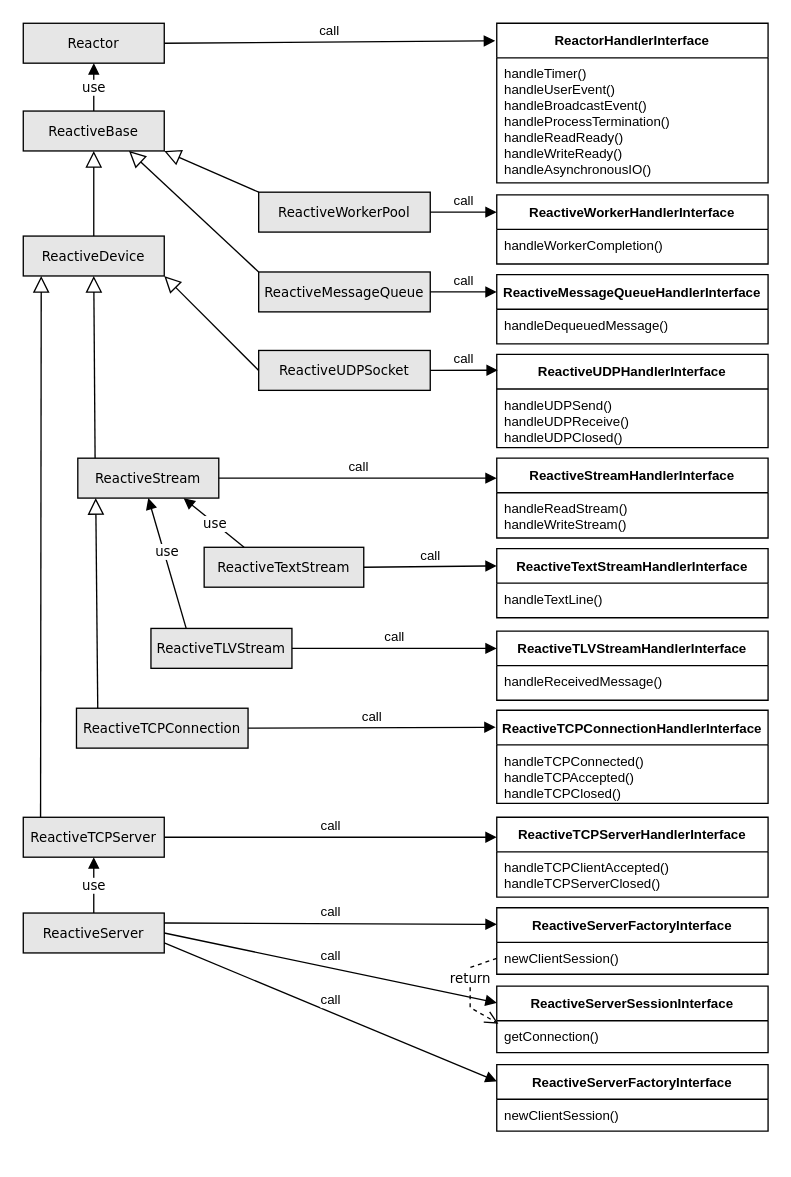
This is diagrams/reactive-interfaces.drawio from tsduck/tsduck-presentations, a draw.io file, before an edit. Source tidied: cells renumbered, new cells numbered last; positions are measured from the earlier drawing's top-left corner, leaving out a move shared by most shapes. Both pictures are drawn from the tidied source at 133%, with x=0, y=0 at pixel (23, 23).
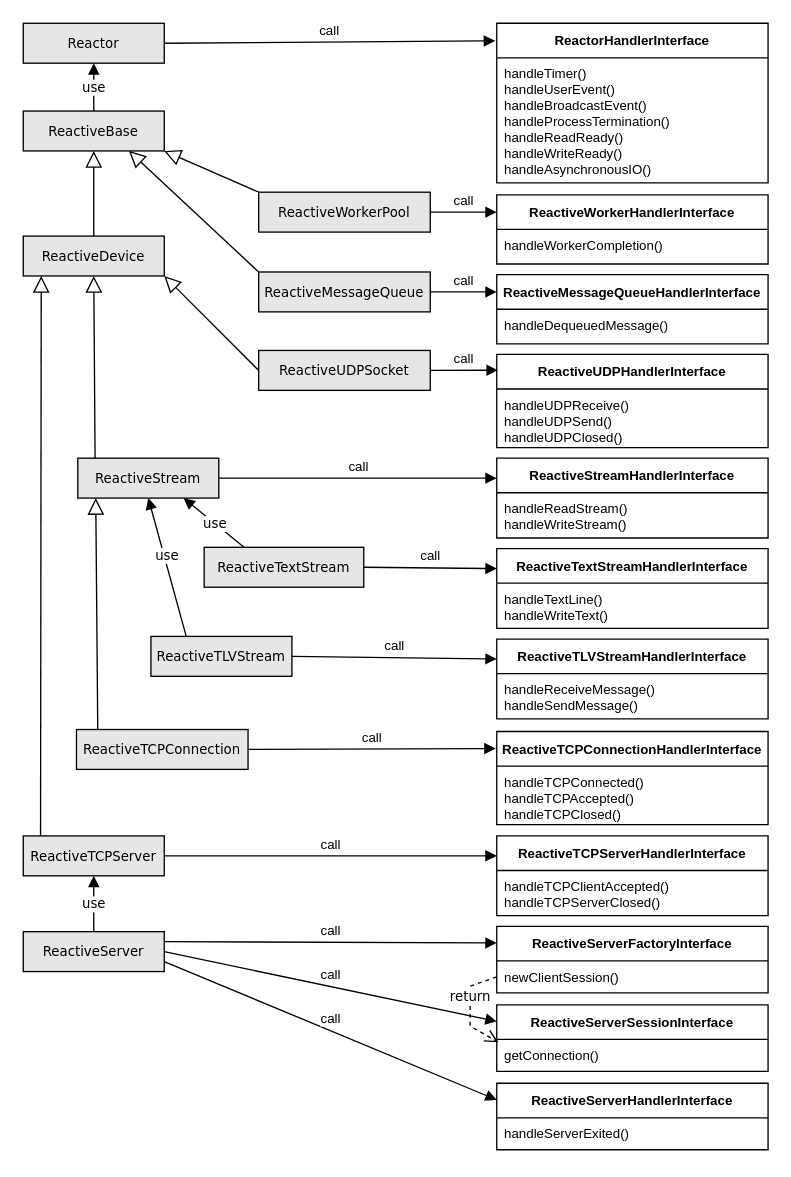
After the change.

Commit message (it also covers changes not shown here):
Updated reactive interfaces diagram

The change refers to these unchanged cells:
```xml
<mxCell id="41" value="&lt;b&gt;ReactiveUDPHandlerInterface&lt;/b&gt;" style="swimlane;fontStyle=0;horizontal=1;startSize=26;fillColor=none;whiteSpace=wrap;html=1;fontSize=10;" parent="1" vertex="1">
  <mxGeometry x="356" y="249" width="204" height="70" as="geometry" />
</mxCell>
<mxCell id="53" value="newClientSession()" style="text;strokeColor=none;fillColor=none;align=left;verticalAlign=top;spacingLeft=4;spacingRight=4;overflow=hidden;points=[[0,0.5],[1,0.5]];portConstraint=eastwest;whiteSpace=wrap;html=1;fontSize=10;" parent="52" vertex="1">
  <mxGeometry y="26" width="204" height="24" as="geometry" />
</mxCell>
<mxCell id="55" value="getConnection()" style="text;strokeColor=none;fillColor=none;align=left;verticalAlign=top;spacingLeft=4;spacingRight=4;overflow=hidden;points=[[0,0.5],[1,0.5]];portConstraint=eastwest;whiteSpace=wrap;html=1;fontSize=10;" parent="54" vertex="1">
  <mxGeometry y="26" width="204" height="24" as="geometry" />
</mxCell>
```

Change to the diagram source:
```diff
@@
     <mxCell id="13" value="ReactiveTCPConnection" style="html=1;whiteSpace=wrap;points=[[0,0,0,0,0],[0,0.25,0,0,0],[0,0.5,0,0,0],[0,0.75,0,0,0],[0,1,0,0,0],[0.124031,0,0,0,0],[0.127273,1,0,0,0],[0.25,0,0,0,0],[0.25,1,0,0,0],[0.381818,1,0,0,0],[0.5,0,0,0,0],[0.5,1,0,0,0],[0.627273,1,0,0,0],[0.75,0,0,0,0],[0.75,1,0,0,0],[0.881818,1,0,0,0],[1,0,0,0,0],[1,0.25,0,0,0],[1,0.5,0,0,0],[1,0.75,0,0,0],[1,1,0,0,0]];fillColor=#E6E6E6;fontSize=10;fontFamily=Verdana;" parent="1" vertex="1">
-      <mxGeometry x="40" y="515" width="129" height="30" as="geometry" />
+      <mxGeometry x="40" y="531" width="129" height="30" as="geometry" />
     </mxCell>
@@
     <mxCell id="15" value="ReactiveTCPServer" style="html=1;whiteSpace=wrap;points=[[0,0,0,0,0],[0,0.25,0,0,0],[0,0.5,0,0,0],[0,0.75,0,0,0],[0,1,0,0,0],[0.122642,0,0,0,0],[0.127273,1,0,0,0],[0.25,0,0,0,0],[0.25,1,0,0,0],[0.381818,1,0,0,0],[0.5,0,0,0,0],[0.5,1,0,0,0],[0.627273,1,0,0,0],[0.75,0,0,0,0],[0.75,1,0,0,0],[0.881818,1,0,0,0],[1,0,0,0,0],[1,0.25,0,0,0],[1,0.5,0,0,0],[1,0.75,0,0,0],[1,1,0,0,0]];fillColor=#E6E6E6;fontSize=10;fontFamily=Verdana;" parent="1" vertex="1">
-      <mxGeometry y="597" width="106" height="30" as="geometry" />
+      <mxGeometry y="611" width="106" height="30" as="geometry" />
     </mxCell>
@@
     <mxCell id="19" value="ReactiveTLVStream" style="html=1;whiteSpace=wrap;points=[[0,0,0,0,0],[0,0.25,0,0,0],[0,0.5,0,0,0],[0,0.75,0,0,0],[0,1,0,0,0],[0.127273,1,0,0,0],[0.25,0,0,0,0],[0.25,1,0,0,0],[0.381818,1,0,0,0],[0.5,0,0,0,0],[0.5,1,0,0,0],[0.627273,1,0,0,0],[0.75,0,0,0,0],[0.75,1,0,0,0],[0.881481,0,0,0,0],[0.881818,1,0,0,0],[1,0,0,0,0],[1,0.25,0,0,0],[1,0.5,0,0,0],[1,0.75,0,0,0],[1,1,0,0,0]];fillColor=#E6E6E6;fontSize=10;fontFamily=Verdana;" parent="1" vertex="1">
-      <mxGeometry x="96" y="455" width="106" height="30" as="geometry" />
+      <mxGeometry x="96" y="461" width="106" height="30" as="geometry" />
     </mxCell>
@@
     <mxCell id="26" value="&lt;b&gt;ReactiveTCPConnectionHandlerInterface&lt;/b&gt;" style="swimlane;fontStyle=0;horizontal=1;startSize=26;fillColor=none;whiteSpace=wrap;html=1;fontSize=10;" parent="1" vertex="1">
-      <mxGeometry x="356" y="516.5" width="204" height="70" as="geometry" />
+      <mxGeometry x="356" y="532.5" width="204" height="70" as="geometry" />
     </mxCell>
@@
     <mxCell id="32" value="&lt;b&gt;ReactiveTCPServerHandlerInterface&lt;/b&gt;" style="swimlane;fontStyle=0;horizontal=1;startSize=26;fillColor=none;whiteSpace=wrap;html=1;fontSize=10;" parent="1" vertex="1">
-      <mxGeometry x="356" y="597" width="204" height="60" as="geometry" />
+      <mxGeometry x="356" y="611" width="204" height="60" as="geometry" />
     </mxCell>
@@
     <mxCell id="35" value="&lt;b&gt;ReactiveTextStreamHandlerInterface&lt;/b&gt;" style="swimlane;fontStyle=0;horizontal=1;startSize=26;fillColor=none;whiteSpace=wrap;html=1;fontSize=10;" parent="1" vertex="1">
-      <mxGeometry x="356" y="395" width="204" height="52" as="geometry" />
+      <mxGeometry x="356" y="395" width="204" height="60" as="geometry" />
     </mxCell>
-    <mxCell id="36" value="handleTextLine()" style="text;strokeColor=none;fillColor=none;align=left;verticalAlign=top;spacingLeft=4;spacingRight=4;overflow=hidden;whiteSpace=wrap;html=1;fontSize=10;" parent="35" vertex="1">
-      <mxGeometry y="26" width="204" height="26" as="geometry" />
+    <mxCell id="36" value="handleTextLine()&lt;div&gt;handleWriteText()&lt;/div&gt;" style="text;strokeColor=none;fillColor=none;align=left;verticalAlign=top;spacingLeft=4;spacingRight=4;overflow=hidden;whiteSpace=wrap;html=1;fontSize=10;" parent="35" vertex="1">
+      <mxGeometry y="26" width="204" height="34" as="geometry" />
     </mxCell>
@@
     <mxCell id="38" value="&lt;b&gt;ReactiveTLVStreamHandlerInterface&lt;/b&gt;" style="swimlane;fontStyle=0;horizontal=1;startSize=26;fillColor=none;whiteSpace=wrap;html=1;fontSize=10;" parent="1" vertex="1">
-      <mxGeometry x="356" y="457" width="204" height="52" as="geometry" />
+      <mxGeometry x="356" y="463" width="204" height="60" as="geometry" />
     </mxCell>
-    <mxCell id="39" value="handleReceivedMessage()" style="text;strokeColor=none;fillColor=none;align=left;verticalAlign=top;spacingLeft=4;spacingRight=4;overflow=hidden;whiteSpace=wrap;html=1;fontSize=10;" parent="38" vertex="1">
-      <mxGeometry y="26" width="204" height="26" as="geometry" />
+    <mxCell id="39" value="handleReceiveMessage()&lt;br&gt;handleSendMessage()" style="text;strokeColor=none;fillColor=none;align=left;verticalAlign=top;spacingLeft=4;spacingRight=4;overflow=hidden;whiteSpace=wrap;html=1;fontSize=10;" parent="38" vertex="1">
+      <mxGeometry y="26" width="204" height="34" as="geometry" />
     </mxCell>
@@
-    <mxCell id="42" value="handleUDPSend()&lt;div&gt;handleUDPReceive&lt;span style=&quot;background-color: transparent; color: light-dark(rgb(0, 0, 0), rgb(255, 255, 255));&quot;&gt;()&lt;/span&gt;&lt;/div&gt;&lt;div&gt;handleUDPClosed&lt;span style=&quot;background-color: transparent; color: light-dark(rgb(0, 0, 0), rgb(255, 255, 255));&quot;&gt;()&lt;/span&gt;&lt;/div&gt;" style="text;strokeColor=none;fillColor=none;align=left;verticalAlign=top;spacingLeft=4;spacingRight=4;overflow=hidden;whiteSpace=wrap;html=1;fontSize=10;" parent="41" vertex="1">
+    <mxCell id="42" value="&lt;div&gt;handleUDPReceive&lt;span style=&quot;background-color: transparent; color: light-dark(rgb(0, 0, 0), rgb(255, 255, 255));&quot;&gt;()&lt;/span&gt;&lt;/div&gt;handleUDPSend()&lt;div&gt;handleUDPClosed&lt;span style=&quot;background-color: transparent; color: light-dark(rgb(0, 0, 0), rgb(255, 255, 255));&quot;&gt;()&lt;/span&gt;&lt;/div&gt;" style="text;strokeColor=none;fillColor=none;align=left;verticalAlign=top;spacingLeft=4;spacingRight=4;overflow=hidden;whiteSpace=wrap;html=1;fontSize=10;" parent="41" vertex="1">
       <mxGeometry y="26" width="204" height="44" as="geometry" />
     </mxCell>
@@
     <mxCell id="50" value="ReactiveServer" style="html=1;whiteSpace=wrap;points=[[0,0,0,0,0],[0,0.25,0,0,0],[0,0.5,0,0,0],[0,0.75,0,0,0],[0,1,0,0,0],[0.122642,0,0,0,0],[0.127273,1,0,0,0],[0.25,0,0,0,0],[0.25,1,0,0,0],[0.381818,1,0,0,0],[0.5,0,0,0,0],[0.5,1,0,0,0],[0.627273,1,0,0,0],[0.75,0,0,0,0],[0.75,1,0,0,0],[0.881818,1,0,0,0],[1,0,0,0,0],[1,0.25,0,0,0],[1,0.5,0,0,0],[1,0.75,0,0,0],[1,1,0,0,0]];fillColor=#E6E6E6;fontSize=10;fontFamily=Verdana;" parent="1" vertex="1">
-      <mxGeometry y="669" width="106" height="30" as="geometry" />
+      <mxGeometry y="683" width="106" height="30" as="geometry" />
     </mxCell>
@@
     <mxCell id="52" value="&lt;b&gt;ReactiveServerFactoryInterface&lt;/b&gt;" style="swimlane;fontStyle=0;horizontal=1;startSize=26;fillColor=none;whiteSpace=wrap;html=1;fontSize=10;" parent="1" vertex="1">
-      <mxGeometry x="356" y="665" width="204" height="50" as="geometry" />
+      <mxGeometry x="356" y="679" width="204" height="50" as="geometry" />
     </mxCell>
@@
     <mxCell id="54" value="&lt;b&gt;ReactiveServerSessionInterface&lt;/b&gt;" style="swimlane;fontStyle=0;horizontal=1;startSize=26;fillColor=none;whiteSpace=wrap;html=1;fontSize=10;" parent="1" vertex="1">
-      <mxGeometry x="356" y="724" width="204" height="50" as="geometry" />
+      <mxGeometry x="356" y="738" width="204" height="50" as="geometry" />
     </mxCell>
@@
-    <mxCell id="58" value="&lt;b&gt;ReactiveServerFactoryInterface&lt;/b&gt;" style="swimlane;fontStyle=0;horizontal=1;startSize=26;fillColor=none;whiteSpace=wrap;html=1;fontSize=10;" parent="1" vertex="1">
-      <mxGeometry x="356" y="783" width="204" height="50" as="geometry" />
+    <mxCell id="58" value="&lt;b&gt;ReactiveServerHandlerInterface&lt;/b&gt;" style="swimlane;fontStyle=0;horizontal=1;startSize=26;fillColor=none;whiteSpace=wrap;html=1;fontSize=10;" parent="1" vertex="1">
+      <mxGeometry x="356" y="797" width="204" height="50" as="geometry" />
     </mxCell>
-    <mxCell id="59" value="newClientSession()" style="text;strokeColor=none;fillColor=none;align=left;verticalAlign=top;spacingLeft=4;spacingRight=4;overflow=hidden;whiteSpace=wrap;html=1;fontSize=10;" parent="58" vertex="1">
+    <mxCell id="59" value="handleServerExited()" style="text;strokeColor=none;fillColor=none;align=left;verticalAlign=top;spacingLeft=4;spacingRight=4;overflow=hidden;whiteSpace=wrap;html=1;fontSize=10;" parent="58" vertex="1">
       <mxGeometry y="26" width="204" height="24" as="geometry" />
     </mxCell>
@@
     <mxCell id="61" value="return" style="html=1;verticalAlign=bottom;endArrow=open;dashed=1;endSize=8;curved=0;rounded=0;entryX=0.006;entryY=0.091;entryDx=0;entryDy=0;fontFamily=Verdana;fontSize=10;exitX=0;exitY=0.5;exitDx=0;exitDy=0;entryPerimeter=0;" parent="1" edge="1" source="53" target="55">
       <mxGeometry relative="1" as="geometry">
         <Array as="points">
-          <mxPoint x="336" y="710" />
-          <mxPoint x="336" y="740" />
+          <mxPoint x="336" y="724" />
+          <mxPoint x="336" y="754" />
         </Array>
       </mxGeometry>
     </mxCell>
```
